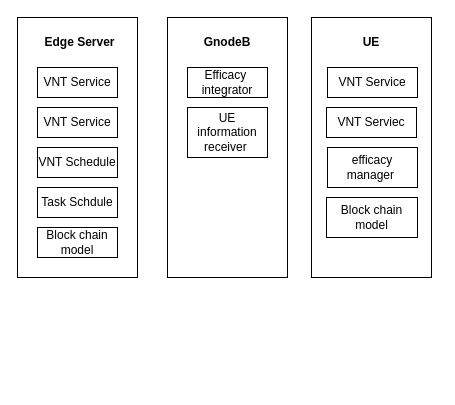
108703054nccu/Edge_Computing_Schedule keeps this draw.io diagram as 部件構成.drawio. Above is the earlier version. Source tidied: cells renumbered, new cells numbered last; positions are measured from the earlier drawing's top-left corner, leaving out a move shared by most shapes. Both pictures are drawn from the tidied source at 100%, with x=0, y=0 at pixel (17, 17).
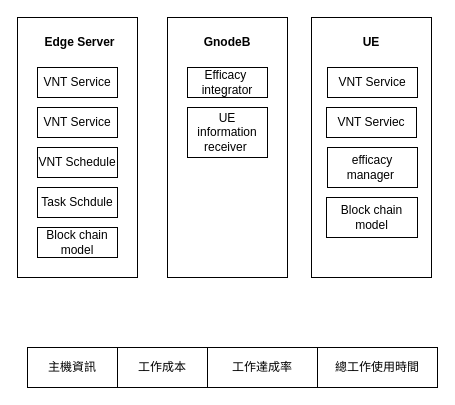
The same page after the edit.

Commit message (it also covers changes not shown here):
更新部件構成.drawio

Change to the diagram source:
```diff
@@
+    <mxCell id="20" value="主機資訊" style="rounded=0;whiteSpace=wrap;html=1;strokeWidth=1;" parent="1" vertex="1">
+      <mxGeometry x="10" y="330" width="90" height="40" as="geometry" />
+    </mxCell>
+    <mxCell id="21" value="工作成本" style="rounded=0;whiteSpace=wrap;html=1;strokeWidth=1;" parent="1" vertex="1">
+      <mxGeometry x="100" y="330" width="90" height="40" as="geometry" />
+    </mxCell>
+    <mxCell id="22" value="工作達成率" style="rounded=0;whiteSpace=wrap;html=1;strokeWidth=1;" parent="1" vertex="1">
+      <mxGeometry x="190" y="330" width="110" height="40" as="geometry" />
+    </mxCell>
+    <mxCell id="23" value="總工作使用時間" style="rounded=0;whiteSpace=wrap;html=1;strokeWidth=1;" parent="1" vertex="1">
+      <mxGeometry x="300" y="330" width="120" height="40" as="geometry" />
+    </mxCell>
```
